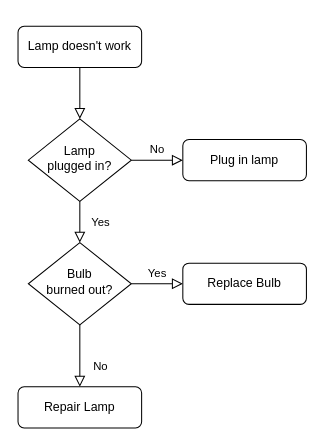
The draw.io diagram Untitled Diagram.drawio in bhickta/flowcharts, before the edit. Source tidied: cells renumbered, new cells numbered last; positions are measured from the earlier drawing's top-left corner, leaving out a move shared by most shapes. Both pictures are drawn from the tidied source at 103%, with x=0, y=0 at pixel (18, 26).
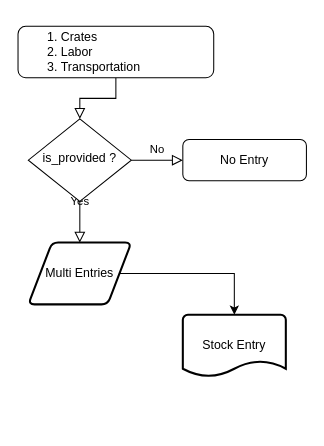
Above is the later version.

What changed in the source:
```diff
@@
 <mxGraphModel>
   <root>
     <mxCell id="0" />
     <mxCell id="1" parent="0" />
     <mxCell id="2" style="rounded=0;html=1;jettySize=auto;fontSize=11;endArrow=block;endFill=0;endSize=8;strokeWidth=1;shadow=0;labelBackgroundColor=none;edgeStyle=orthogonalEdgeStyle;" parent="1" edge="1" source="3" target="6">
       <mxGeometry relative="1" as="geometry" />
     </mxCell>
-    <mxCell id="3" value="Lamp doesn't work" style="rounded=1;whiteSpace=wrap;html=1;fontSize=12;glass=0;strokeWidth=1;shadow=0;" parent="1" vertex="1">
-      <mxGeometry width="120" height="40" as="geometry" />
+    <mxCell id="3" value="&lt;ol&gt;&lt;li&gt;Crates&lt;/li&gt;&lt;li&gt;Labor&lt;/li&gt;&lt;li&gt;Transportation&lt;/li&gt;&lt;/ol&gt;" style="rounded=1;whiteSpace=wrap;html=1;fontSize=12;glass=0;strokeWidth=1;shadow=0;align=left;" parent="1" vertex="1">
+      <mxGeometry width="190" height="50" as="geometry" />
     </mxCell>
-    <mxCell id="4" value="Yes" style="rounded=0;html=1;jettySize=auto;fontSize=11;endArrow=block;endFill=0;endSize=8;strokeWidth=1;shadow=0;labelBackgroundColor=none;edgeStyle=orthogonalEdgeStyle;" parent="1" edge="1" source="6" target="10">
-      <mxGeometry y="20" relative="1" as="geometry" />
+    <mxCell id="4" value="Yes" style="rounded=0;html=1;jettySize=auto;fontSize=11;endArrow=block;endFill=0;endSize=8;strokeWidth=1;shadow=0;labelBackgroundColor=none;edgeStyle=orthogonalEdgeStyle;" parent="1" edge="1" source="6">
+      <mxGeometry y="20" relative="1" as="geometry">
+        <mxPoint x="60" y="210" as="targetPoint" />
+      </mxGeometry>
     </mxCell>
     <mxCell id="5" value="No" style="edgeStyle=orthogonalEdgeStyle;rounded=0;html=1;jettySize=auto;fontSize=11;endArrow=block;endFill=0;endSize=8;strokeWidth=1;shadow=0;labelBackgroundColor=none;" parent="1" edge="1" source="6" target="7">
       <mxGeometry y="10" relative="1" as="geometry" />
     </mxCell>
-    <mxCell id="6" value="Lamp&lt;br&gt;plugged in?" style="rhombus;whiteSpace=wrap;html=1;shadow=0;fontFamily=Helvetica;fontSize=12;align=center;strokeWidth=1;spacing=6;spacingTop=-4;" parent="1" vertex="1">
+    <mxCell id="6" value="&lt;div&gt;is_provided ?&lt;/div&gt;" style="rhombus;whiteSpace=wrap;html=1;shadow=0;fontFamily=Helvetica;fontSize=12;align=center;strokeWidth=1;spacing=6;spacingTop=-4;" parent="1" vertex="1">
       <mxGeometry x="10" y="90" width="100" height="80" as="geometry" />
     </mxCell>
-    <mxCell id="7" value="Plug in lamp" style="rounded=1;whiteSpace=wrap;html=1;fontSize=12;glass=0;strokeWidth=1;shadow=0;" parent="1" vertex="1">
+    <mxCell id="7" value="&lt;div&gt;No Entry&lt;/div&gt;" style="rounded=1;whiteSpace=wrap;html=1;fontSize=12;glass=0;strokeWidth=1;shadow=0;" parent="1" vertex="1">
       <mxGeometry x="160" y="110" width="120" height="40" as="geometry" />
     </mxCell>
-    <mxCell id="8" value="No" style="rounded=0;html=1;jettySize=auto;fontSize=11;endArrow=block;endFill=0;endSize=8;strokeWidth=1;shadow=0;labelBackgroundColor=none;edgeStyle=orthogonalEdgeStyle;" parent="1" edge="1" source="10" target="11">
-      <mxGeometry x="0.33" y="20" relative="1" as="geometry" />
-    </mxCell>
-    <mxCell id="9" value="Yes" style="edgeStyle=orthogonalEdgeStyle;rounded=0;html=1;jettySize=auto;fontSize=11;endArrow=block;endFill=0;endSize=8;strokeWidth=1;shadow=0;labelBackgroundColor=none;" parent="1" edge="1" source="10" target="12">
-      <mxGeometry y="10" relative="1" as="geometry" />
-    </mxCell>
-    <mxCell id="10" value="Bulb&lt;br&gt;burned out?" style="rhombus;whiteSpace=wrap;html=1;shadow=0;fontFamily=Helvetica;fontSize=12;align=center;strokeWidth=1;spacing=6;spacingTop=-4;" parent="1" vertex="1">
-      <mxGeometry x="10" y="210" width="100" height="80" as="geometry" />
-    </mxCell>
-    <mxCell id="11" value="Repair Lamp" style="rounded=1;whiteSpace=wrap;html=1;fontSize=12;glass=0;strokeWidth=1;shadow=0;" parent="1" vertex="1">
-      <mxGeometry y="350" width="120" height="40" as="geometry" />
-    </mxCell>
-    <mxCell id="12" value="Replace Bulb" style="rounded=1;whiteSpace=wrap;html=1;fontSize=12;glass=0;strokeWidth=1;shadow=0;" parent="1" vertex="1">
-      <mxGeometry x="160" y="230" width="120" height="40" as="geometry" />
-    </mxCell>
+    <mxCell id="13" value="&lt;div&gt;Multi Entries&lt;/div&gt;" style="shape=parallelogram;html=1;strokeWidth=2;perimeter=parallelogramPerimeter;whiteSpace=wrap;rounded=1;arcSize=12;size=0.23;" parent="1" vertex="1">
+      <mxGeometry x="10" y="210" width="100" height="60" as="geometry" />
+    </mxCell>
+    <mxCell id="14" style="edgeStyle=orthogonalEdgeStyle;rounded=0;jettySize=auto;html=1;entryX=0.5;entryY=0;entryDx=0;entryDy=0;entryPerimeter=0;" parent="1" edge="1" source="13" target="15">
+      <mxGeometry relative="1" as="geometry" />
+    </mxCell>
+    <mxCell id="15" value="Stock Entry" style="strokeWidth=2;html=1;shape=mxgraph.flowchart.document2;whiteSpace=wrap;size=0.25;" parent="1" vertex="1">
+      <mxGeometry x="160" y="280" width="100" height="60" as="geometry" />
+    </mxCell>
   </root>
 </mxGraphModel>
```
